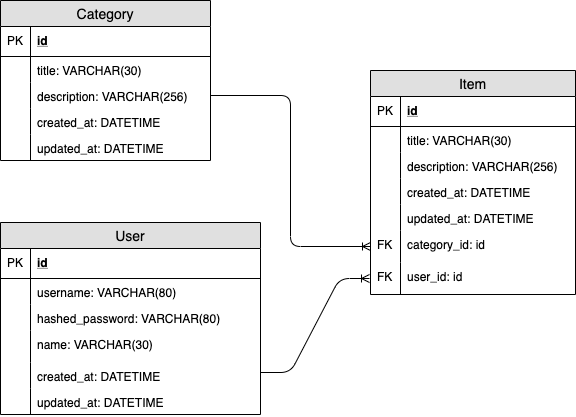
Earlier version of the draw.io export Markdown/Onboard_EntityRelation.png (bomcon123456/Onboard_Project). Source tidied: cells renumbered, new cells last; positions are measured from the earlier drawing's top-left corner, leaving out a move shared by most shapes.
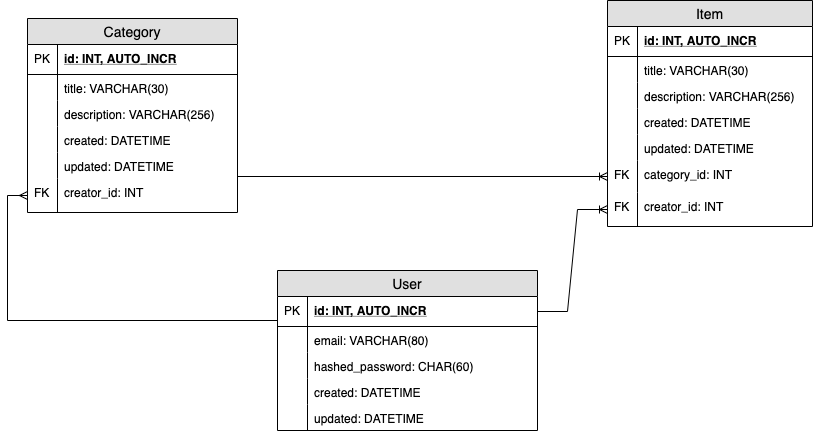
Later version of the same file.

What changed in the source:
```diff
@@ -3,48 +3,42 @@
     <mxCell id="0" />
     <mxCell id="1" parent="0" />
     <mxCell id="2" value="User" style="swimlane;fontStyle=0;horizontal=1;startSize=26;fillColor=#e0e0e0;swimlaneFillColor=#ffffff;align=center;fontSize=14;" parent="1" vertex="1">
-      <mxGeometry y="222" width="260" height="192" as="geometry" />
+      <mxGeometry x="250" y="252" width="260" height="160" as="geometry" />
     </mxCell>
-    <mxCell id="3" value="id" style="shape=partialRectangle;top=0;left=0;right=0;bottom=1;align=left;verticalAlign=middle;fillColor=none;spacingLeft=34;spacingRight=4;overflow=hidden;points=[[0,0.5],[1,0.5]];portConstraint=eastwest;fontStyle=5;fontSize=12;" parent="2" vertex="1">
+    <mxCell id="3" value="id: INT, AUTO_INCR" style="shape=partialRectangle;top=0;left=0;right=0;bottom=1;align=left;verticalAlign=middle;fillColor=none;spacingLeft=34;spacingRight=4;overflow=hidden;points=[[0,0.5],[1,0.5]];portConstraint=eastwest;fontStyle=5;fontSize=12;" parent="2" vertex="1">
       <mxGeometry y="26" width="260" height="30" as="geometry" />
     </mxCell>
     <mxCell id="4" value="PK" style="shape=partialRectangle;top=0;left=0;bottom=0;fillColor=none;align=left;verticalAlign=middle;spacingLeft=4;spacingRight=4;overflow=hidden;fontSize=12;" parent="3" vertex="1">
       <mxGeometry width="30" height="30" as="geometry" />
     </mxCell>
-    <mxCell id="5" value="username: VARCHAR(80)&#10;" style="shape=partialRectangle;top=0;left=0;right=0;bottom=0;align=left;verticalAlign=top;fillColor=none;spacingLeft=34;spacingRight=4;overflow=hidden;fontSize=12;" parent="2" vertex="1">
+    <mxCell id="5" value="email: VARCHAR(80)&#10;" style="shape=partialRectangle;top=0;left=0;right=0;bottom=0;align=left;verticalAlign=top;fillColor=none;spacingLeft=34;spacingRight=4;overflow=hidden;fontSize=12;" parent="2" vertex="1">
       <mxGeometry y="56" width="260" height="26" as="geometry" />
     </mxCell>
     <mxCell id="6" style="shape=partialRectangle;top=0;left=0;bottom=0;fillColor=none;align=left;verticalAlign=top;spacingLeft=4;spacingRight=4;overflow=hidden;fontSize=12;" parent="5" vertex="1">
       <mxGeometry width="30" height="26" as="geometry" />
     </mxCell>
-    <mxCell id="7" value="hashed_password: VARCHAR(80)" style="shape=partialRectangle;top=0;left=0;right=0;bottom=0;align=left;verticalAlign=top;fillColor=none;spacingLeft=34;spacingRight=4;overflow=hidden;fontSize=12;" parent="2" vertex="1">
+    <mxCell id="7" value="hashed_password: CHAR(60)" style="shape=partialRectangle;top=0;left=0;right=0;bottom=0;align=left;verticalAlign=top;fillColor=none;spacingLeft=34;spacingRight=4;overflow=hidden;fontSize=12;" parent="2" vertex="1">
       <mxGeometry y="82" width="260" height="26" as="geometry" />
     </mxCell>
     <mxCell id="8" style="shape=partialRectangle;top=0;left=0;bottom=0;fillColor=none;align=left;verticalAlign=top;spacingLeft=4;spacingRight=4;overflow=hidden;fontSize=12;" parent="7" vertex="1">
       <mxGeometry width="30" height="26" as="geometry" />
     </mxCell>
-    <mxCell id="9" value="name: VARCHAR(30)&#10;" style="shape=partialRectangle;top=0;left=0;right=0;bottom=0;align=left;verticalAlign=top;fillColor=none;spacingLeft=34;spacingRight=4;overflow=hidden;fontSize=12;" parent="2" vertex="1">
-      <mxGeometry y="108" width="260" height="32" as="geometry" />
-    </mxCell>
-    <mxCell id="10" style="shape=partialRectangle;top=0;left=0;bottom=0;fillColor=none;align=left;verticalAlign=top;spacingLeft=4;spacingRight=4;overflow=hidden;fontSize=12;" parent="9" vertex="1">
-      <mxGeometry width="30" height="32" as="geometry" />
-    </mxCell>
-    <mxCell id="11" value="created_at: DATETIME" style="shape=partialRectangle;top=0;left=0;right=0;bottom=0;align=left;verticalAlign=top;fillColor=none;spacingLeft=34;spacingRight=4;overflow=hidden;fontSize=12;" parent="2" vertex="1">
-      <mxGeometry y="140" width="260" height="26" as="geometry" />
+    <mxCell id="11" value="created: DATETIME" style="shape=partialRectangle;top=0;left=0;right=0;bottom=0;align=left;verticalAlign=top;fillColor=none;spacingLeft=34;spacingRight=4;overflow=hidden;fontSize=12;" parent="2" vertex="1">
+      <mxGeometry y="108" width="260" height="26" as="geometry" />
     </mxCell>
     <mxCell id="12" style="shape=partialRectangle;top=0;left=0;bottom=0;fillColor=none;align=left;verticalAlign=top;spacingLeft=4;spacingRight=4;overflow=hidden;fontSize=12;" parent="11" vertex="1">
       <mxGeometry width="30" height="26" as="geometry" />
     </mxCell>
-    <mxCell id="13" value="updated_at: DATETIME" style="shape=partialRectangle;top=0;left=0;right=0;bottom=0;align=left;verticalAlign=top;fillColor=none;spacingLeft=34;spacingRight=4;overflow=hidden;fontSize=12;" parent="2" vertex="1">
-      <mxGeometry y="166" width="260" height="26" as="geometry" />
+    <mxCell id="13" value="updated: DATETIME" style="shape=partialRectangle;top=0;left=0;right=0;bottom=0;align=left;verticalAlign=top;fillColor=none;spacingLeft=34;spacingRight=4;overflow=hidden;fontSize=12;" parent="2" vertex="1">
+      <mxGeometry y="134" width="260" height="26" as="geometry" />
     </mxCell>
     <mxCell id="14" style="shape=partialRectangle;top=0;left=0;bottom=0;fillColor=none;align=left;verticalAlign=top;spacingLeft=4;spacingRight=4;overflow=hidden;fontSize=12;" parent="13" vertex="1">
       <mxGeometry width="30" height="26" as="geometry" />
     </mxCell>
     <mxCell id="15" value="Item" style="swimlane;fontStyle=0;horizontal=1;startSize=26;fillColor=#e0e0e0;swimlaneFillColor=#ffffff;align=center;fontSize=14;" parent="1" vertex="1">
-      <mxGeometry x="370" y="70" width="205" height="224" as="geometry" />
+      <mxGeometry x="580" y="-18" width="205" height="226" as="geometry" />
     </mxCell>
-    <mxCell id="16" value="id" style="shape=partialRectangle;top=0;left=0;right=0;bottom=1;align=left;verticalAlign=middle;fillColor=none;spacingLeft=34;spacingRight=4;overflow=hidden;fontStyle=5;fontSize=12;" parent="15" vertex="1">
+    <mxCell id="16" value="id: INT, AUTO_INCR" style="shape=partialRectangle;top=0;left=0;right=0;bottom=1;align=left;verticalAlign=middle;fillColor=none;spacingLeft=34;spacingRight=4;overflow=hidden;fontStyle=5;fontSize=12;" parent="15" vertex="1">
       <mxGeometry y="26" width="205" height="30" as="geometry" />
     </mxCell>
     <mxCell id="17" value="PK" style="shape=partialRectangle;top=0;left=0;bottom=0;fillColor=none;align=left;verticalAlign=middle;spacingLeft=4;spacingRight=4;overflow=hidden;fontSize=12;" parent="16" vertex="1">
@@ -62,34 +56,34 @@
     <mxCell id="21" style="shape=partialRectangle;top=0;left=0;bottom=0;fillColor=none;align=left;verticalAlign=top;spacingLeft=4;spacingRight=4;overflow=hidden;fontSize=12;" parent="20" vertex="1">
       <mxGeometry width="30" height="26" as="geometry" />
     </mxCell>
-    <mxCell id="22" value="created_at: DATETIME" style="shape=partialRectangle;top=0;left=0;right=0;bottom=0;align=left;verticalAlign=top;fillColor=none;spacingLeft=34;spacingRight=4;overflow=hidden;fontSize=12;" parent="15" vertex="1">
+    <mxCell id="22" value="created: DATETIME" style="shape=partialRectangle;top=0;left=0;right=0;bottom=0;align=left;verticalAlign=top;fillColor=none;spacingLeft=34;spacingRight=4;overflow=hidden;fontSize=12;" parent="15" vertex="1">
       <mxGeometry y="108" width="205" height="26" as="geometry" />
     </mxCell>
     <mxCell id="23" style="shape=partialRectangle;top=0;left=0;bottom=0;fillColor=none;align=left;verticalAlign=top;spacingLeft=4;spacingRight=4;overflow=hidden;fontSize=12;" parent="22" vertex="1">
       <mxGeometry width="30" height="26" as="geometry" />
     </mxCell>
-    <mxCell id="24" value="updated_at: DATETIME" style="shape=partialRectangle;top=0;left=0;right=0;bottom=0;align=left;verticalAlign=top;fillColor=none;spacingLeft=34;spacingRight=4;overflow=hidden;fontSize=12;" parent="15" vertex="1">
+    <mxCell id="24" value="updated: DATETIME" style="shape=partialRectangle;top=0;left=0;right=0;bottom=0;align=left;verticalAlign=top;fillColor=none;spacingLeft=34;spacingRight=4;overflow=hidden;fontSize=12;" parent="15" vertex="1">
       <mxGeometry y="134" width="205" height="26" as="geometry" />
     </mxCell>
     <mxCell id="25" style="shape=partialRectangle;top=0;left=0;bottom=0;fillColor=none;align=left;verticalAlign=top;spacingLeft=4;spacingRight=4;overflow=hidden;fontSize=12;" parent="24" vertex="1">
       <mxGeometry width="30" height="26" as="geometry" />
     </mxCell>
-    <mxCell id="26" value="category_id: id" style="shape=partialRectangle;top=0;left=0;right=0;bottom=0;align=left;verticalAlign=top;fillColor=none;spacingLeft=34;spacingRight=4;overflow=hidden;points=[[0,0.5],[1,0.5]];portConstraint=eastwest;fontSize=12;" parent="15" vertex="1">
+    <mxCell id="26" value="category_id: INT" style="shape=partialRectangle;top=0;left=0;right=0;bottom=0;align=left;verticalAlign=top;fillColor=none;spacingLeft=34;spacingRight=4;overflow=hidden;points=[[0,0.5],[1,0.5]];portConstraint=eastwest;fontSize=12;" parent="15" vertex="1">
       <mxGeometry y="160" width="205" height="32" as="geometry" />
     </mxCell>
     <mxCell id="27" value="FK" style="shape=partialRectangle;top=0;left=0;bottom=0;fillColor=none;align=left;verticalAlign=top;spacingLeft=4;spacingRight=4;overflow=hidden;fontSize=12;" parent="26" vertex="1">
       <mxGeometry width="30" height="32" as="geometry" />
     </mxCell>
-    <mxCell id="28" value="user_id: id" style="shape=partialRectangle;top=0;left=0;right=0;bottom=0;align=left;verticalAlign=top;fillColor=none;spacingLeft=34;spacingRight=4;overflow=hidden;points=[[0,0.5],[1,0.5]];portConstraint=eastwest;fontSize=12;" parent="15" vertex="1">
-      <mxGeometry y="192" width="205" height="32" as="geometry" />
+    <mxCell id="28" value="creator_id: INT" style="shape=partialRectangle;top=0;left=0;right=0;bottom=0;align=left;verticalAlign=top;fillColor=none;spacingLeft=34;spacingRight=4;overflow=hidden;points=[[0,0.5],[1,0.5]];portConstraint=eastwest;fontSize=12;" parent="15" vertex="1">
+      <mxGeometry y="192" width="205" height="34" as="geometry" />
     </mxCell>
     <mxCell id="29" value="FK" style="shape=partialRectangle;top=0;left=0;bottom=0;fillColor=none;align=left;verticalAlign=top;spacingLeft=4;spacingRight=4;overflow=hidden;fontSize=12;" parent="28" vertex="1">
-      <mxGeometry width="30" height="32" as="geometry" />
+      <mxGeometry width="30" height="34" as="geometry" />
     </mxCell>
     <mxCell id="30" value="Category" style="swimlane;fontStyle=0;horizontal=1;startSize=26;fillColor=#e0e0e0;swimlaneFillColor=#ffffff;align=center;fontSize=14;" parent="1" vertex="1">
-      <mxGeometry width="210" height="160" as="geometry" />
+      <mxGeometry width="210" height="194" as="geometry" />
     </mxCell>
-    <mxCell id="31" value="id" style="shape=partialRectangle;top=0;left=0;right=0;bottom=1;align=left;verticalAlign=middle;fillColor=none;spacingLeft=34;spacingRight=4;overflow=hidden;fontStyle=5;fontSize=12;" parent="30" vertex="1">
+    <mxCell id="31" value="id: INT, AUTO_INCR" style="shape=partialRectangle;top=0;left=0;right=0;bottom=1;align=left;verticalAlign=middle;fillColor=none;spacingLeft=34;spacingRight=4;overflow=hidden;fontStyle=5;fontSize=12;" parent="30" vertex="1">
       <mxGeometry y="26" width="210" height="30" as="geometry" />
     </mxCell>
     <mxCell id="32" value="PK" style="shape=partialRectangle;top=0;left=0;bottom=0;fillColor=none;align=left;verticalAlign=middle;spacingLeft=4;spacingRight=4;overflow=hidden;fontSize=12;" parent="31" vertex="1">
@@ -107,26 +101,42 @@
     <mxCell id="36" style="shape=partialRectangle;top=0;left=0;bottom=0;fillColor=none;align=left;verticalAlign=top;spacingLeft=4;spacingRight=4;overflow=hidden;fontSize=12;" parent="35" vertex="1">
       <mxGeometry width="30" height="26" as="geometry" />
     </mxCell>
-    <mxCell id="37" value="created_at: DATETIME" style="shape=partialRectangle;top=0;left=0;right=0;bottom=0;align=left;verticalAlign=top;fillColor=none;spacingLeft=34;spacingRight=4;overflow=hidden;fontSize=12;" parent="30" vertex="1">
+    <mxCell id="37" value="created: DATETIME" style="shape=partialRectangle;top=0;left=0;right=0;bottom=0;align=left;verticalAlign=top;fillColor=none;spacingLeft=34;spacingRight=4;overflow=hidden;fontSize=12;" parent="30" vertex="1">
       <mxGeometry y="108" width="210" height="26" as="geometry" />
     </mxCell>
     <mxCell id="38" style="shape=partialRectangle;top=0;left=0;bottom=0;fillColor=none;align=left;verticalAlign=top;spacingLeft=4;spacingRight=4;overflow=hidden;fontSize=12;" parent="37" vertex="1">
       <mxGeometry width="30" height="26" as="geometry" />
     </mxCell>
-    <mxCell id="39" value="updated_at: DATETIME" style="shape=partialRectangle;top=0;left=0;right=0;bottom=0;align=left;verticalAlign=top;fillColor=none;spacingLeft=34;spacingRight=4;overflow=hidden;fontSize=12;" parent="30" vertex="1">
+    <mxCell id="39" value="updated: DATETIME" style="shape=partialRectangle;top=0;left=0;right=0;bottom=0;align=left;verticalAlign=top;fillColor=none;spacingLeft=34;spacingRight=4;overflow=hidden;fontSize=12;" parent="30" vertex="1">
       <mxGeometry y="134" width="210" height="26" as="geometry" />
     </mxCell>
     <mxCell id="40" style="shape=partialRectangle;top=0;left=0;bottom=0;fillColor=none;align=left;verticalAlign=top;spacingLeft=4;spacingRight=4;overflow=hidden;fontSize=12;" parent="39" vertex="1">
       <mxGeometry width="30" height="26" as="geometry" />
     </mxCell>
+    <mxCell id="43" value="creator_id: INT" style="shape=partialRectangle;top=0;left=0;right=0;bottom=0;align=left;verticalAlign=top;fillColor=none;spacingLeft=34;spacingRight=4;overflow=hidden;points=[[0,0.5],[1,0.5]];portConstraint=eastwest;fontSize=12;" parent="30" vertex="1">
+      <mxGeometry y="160" width="210" height="34" as="geometry" />
+    </mxCell>
+    <mxCell id="44" value="FK" style="shape=partialRectangle;top=0;left=0;bottom=0;fillColor=none;align=left;verticalAlign=top;spacingLeft=4;spacingRight=4;overflow=hidden;fontSize=12;" parent="43" vertex="1">
+      <mxGeometry width="30" height="34" as="geometry" />
+    </mxCell>
-    <mxCell id="41" style="edgeStyle=entityRelationEdgeStyle;fontSize=12;html=1;endArrow=ERoneToMany;" parent="1" edge="1">
-      <mxGeometry relative="1" as="geometry">
-        <mxPoint x="260" y="372" as="sourcePoint" />
-        <mxPoint x="369" y="278" as="targetPoint" />
-      </mxGeometry>
+    <mxCell id="41" style="edgeStyle=entityRelationEdgeStyle;fontSize=12;html=1;endArrow=ERoneToMany;exitX=1;exitY=0.5;exitDx=0;exitDy=0;entryX=0;entryY=0.5;entryDx=0;entryDy=0;rounded=0;" parent="1" edge="1" source="3" target="28">
+      <mxGeometry relative="1" as="geometry" />
     </mxCell>
-    <mxCell id="42" style="edgeStyle=orthogonalEdgeStyle;jettySize=auto;html=1;entryX=0;entryY=0.5;entryDx=0;entryDy=0;endArrow=ERoneToMany;endFill=0;rounded=1;" parent="1" edge="1" source="35" target="26">
-      <mxGeometry relative="1" as="geometry" />
+    <mxCell id="42" style="edgeStyle=orthogonalEdgeStyle;jettySize=auto;html=1;entryX=0;entryY=0.5;entryDx=0;entryDy=0;endArrow=ERoneToMany;endFill=0;rounded=0;" parent="1" edge="1" source="35" target="26">
+      <mxGeometry relative="1" as="geometry">
+        <Array as="points">
+          <mxPoint x="210" y="158" />
+        </Array>
+      </mxGeometry>
     </mxCell>
+    <mxCell id="45" style="edgeStyle=orthogonalEdgeStyle;jettySize=auto;html=1;exitX=0;exitY=0.5;exitDx=0;exitDy=0;entryX=0;entryY=0.5;entryDx=0;entryDy=0;rounded=0;endArrow=ERmany;endFill=0;" parent="1" edge="1" source="3" target="43">
+      <mxGeometry relative="1" as="geometry">
+        <Array as="points">
+          <mxPoint x="250" y="302" />
+          <mxPoint x="-20" y="302" />
+          <mxPoint x="-20" y="177" />
+        </Array>
+      </mxGeometry>
+    </mxCell>
   </root>
 </mxGraphModel>
```
